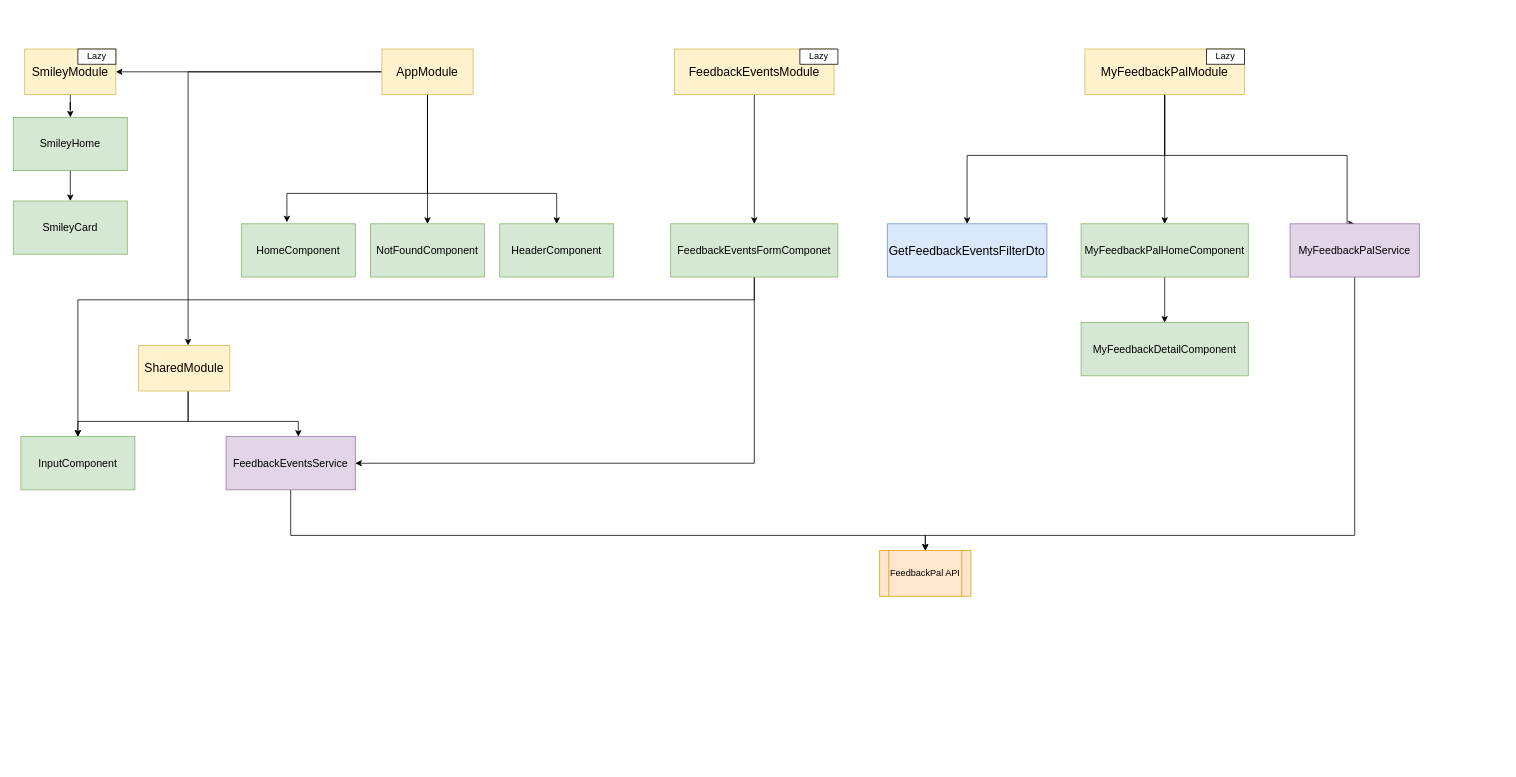
Earlier version of the draw.io diagram page "Architecture" (1 of 2) of diagrams/UI-diagram.drawio (techwings-io/feedbackpal-ui). Source tidied: cells renumbered, new cells numbered last; positions are measured from the earlier drawing's top-left corner, leaving out a move shared by most shapes. Both pictures are drawn from the tidied source at 76%, with x=0, y=0 at pixel (13, 49).
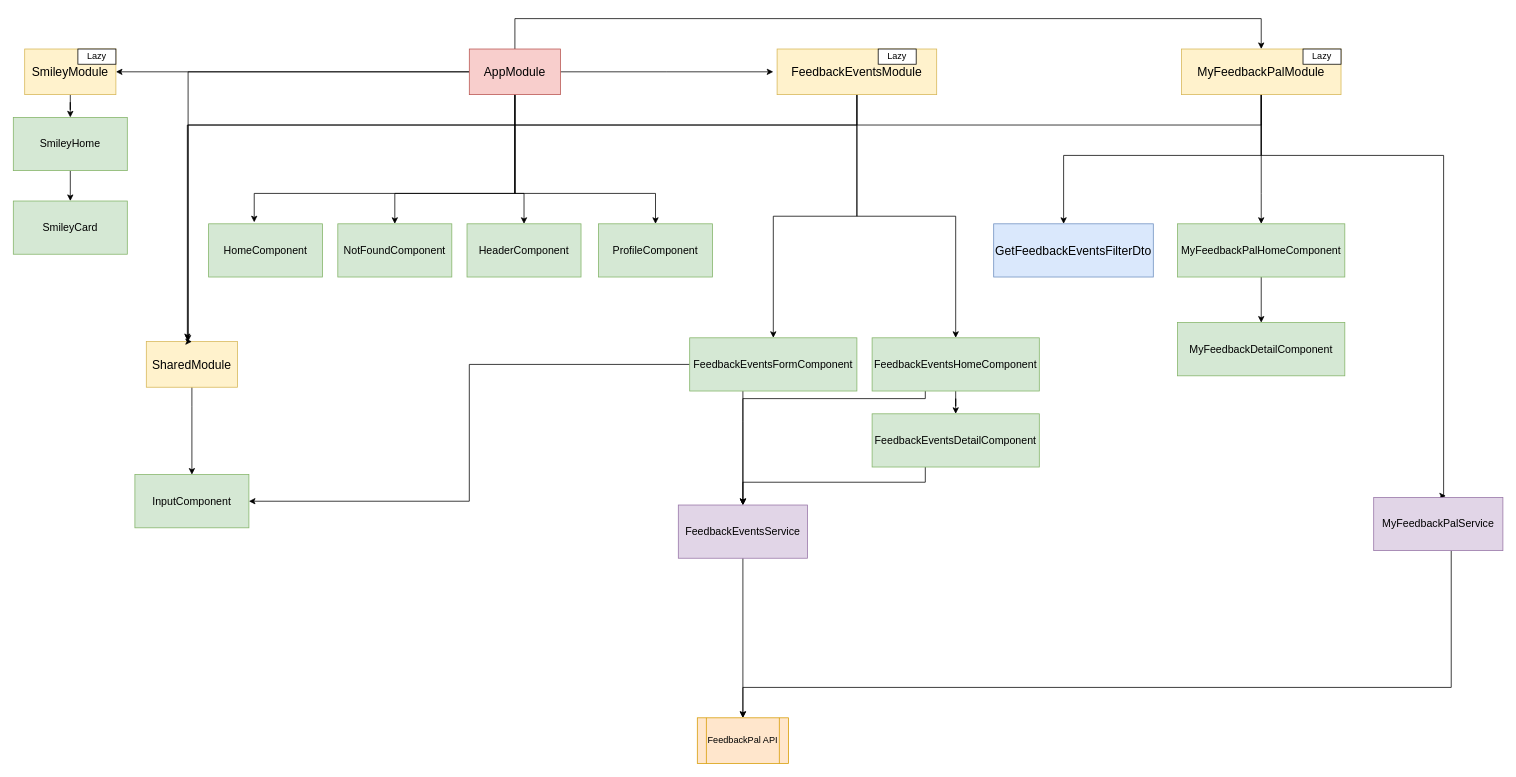
Above is the later version.

What changed in the source:
```diff
@@
     <mxCell id="4" style="edgeStyle=orthogonalEdgeStyle;rounded=0;jettySize=auto;html=1;entryX=0.4;entryY=-0.029;entryDx=0;entryDy=0;entryPerimeter=0;" parent="1" edge="1" source="7" target="10">
       <mxGeometry relative="1" as="geometry">
         <Array as="points">
-          <mxPoint x="545" y="190" />
-          <mxPoint x="360" y="190" />
+          <mxPoint x="660" y="190" />
+          <mxPoint x="317" y="190" />
         </Array>
       </mxGeometry>
     </mxCell>
     <mxCell id="5" style="edgeStyle=orthogonalEdgeStyle;rounded=0;jettySize=auto;html=1;" parent="1" edge="1" source="7" target="9">
       <mxGeometry relative="1" as="geometry">
         <Array as="points">
-          <mxPoint x="545" y="190" />
-          <mxPoint x="715" y="190" />
+          <mxPoint x="660" y="190" />
+          <mxPoint x="672" y="190" />
         </Array>
       </mxGeometry>
     </mxCell>
     <mxCell id="6" style="edgeStyle=orthogonalEdgeStyle;rounded=0;jettySize=auto;html=1;entryX=0.5;entryY=0;entryDx=0;entryDy=0;" parent="1" edge="1" source="7" target="11">
-      <mxGeometry relative="1" as="geometry" />
+      <mxGeometry relative="1" as="geometry">
+        <Array as="points">
+          <mxPoint x="660" y="190" />
+          <mxPoint x="502" y="190" />
+        </Array>
+      </mxGeometry>
     </mxCell>
+    <mxCell id="44" style="edgeStyle=orthogonalEdgeStyle;rounded=0;jettySize=auto;html=1;entryX=0.5;entryY=0;entryDx=0;entryDy=0;" parent="1" edge="1" source="7" target="50">
+      <mxGeometry relative="1" as="geometry">
+        <Array as="points">
+          <mxPoint x="660" y="190" />
+          <mxPoint x="845" y="190" />
+        </Array>
+      </mxGeometry>
+    </mxCell>
+    <mxCell id="45" style="edgeStyle=orthogonalEdgeStyle;rounded=0;jettySize=auto;html=1;" parent="1" edge="1" source="7">
+      <mxGeometry relative="1" as="geometry">
+        <mxPoint x="1000" y="30" as="targetPoint" />
+      </mxGeometry>
+    </mxCell>
+    <mxCell id="46" style="edgeStyle=orthogonalEdgeStyle;rounded=0;jettySize=auto;html=1;entryX=0.5;entryY=0;entryDx=0;entryDy=0;" parent="1" edge="1" source="7" target="35">
+      <mxGeometry relative="1" as="geometry">
+        <Array as="points">
+          <mxPoint x="660" y="-40" />
+          <mxPoint x="1642" y="-40" />
+        </Array>
+      </mxGeometry>
+    </mxCell>
-    <mxCell id="7" value="&lt;font size=&quot;3&quot;&gt;AppModule&lt;/font&gt;" style="rounded=0;whiteSpace=wrap;html=1;fillColor=#fff2cc;strokeColor=#d6b656;" parent="1" vertex="1">
-      <mxGeometry x="485" width="120" height="60" as="geometry" />
+    <mxCell id="7" value="&lt;font size=&quot;3&quot;&gt;AppModule&lt;/font&gt;" style="rounded=0;whiteSpace=wrap;html=1;fillColor=#f8cecc;strokeColor=#b85450;" parent="1" vertex="1">
+      <mxGeometry x="600" width="120" height="60" as="geometry" />
     </mxCell>
@@
     <mxCell id="9" value="&lt;font style=&quot;font-size: 14px&quot;&gt;HeaderComponent&lt;/font&gt;" style="rounded=0;whiteSpace=wrap;html=1;fillColor=#d5e8d4;strokeColor=#82b366;" parent="1" vertex="1">
-      <mxGeometry x="640" y="230" width="150" height="70" as="geometry" />
+      <mxGeometry x="597" y="230" width="150" height="70" as="geometry" />
     </mxCell>
     <mxCell id="10" value="&lt;font style=&quot;font-size: 14px&quot;&gt;HomeComponent&lt;br&gt;&lt;/font&gt;" style="rounded=0;whiteSpace=wrap;html=1;fillColor=#d5e8d4;strokeColor=#82b366;" parent="1" vertex="1">
-      <mxGeometry x="300" y="230" width="150" height="70" as="geometry" />
+      <mxGeometry x="257" y="230" width="150" height="70" as="geometry" />
     </mxCell>
     <mxCell id="11" value="&lt;font style=&quot;font-size: 14px&quot;&gt;NotFoundComponent&lt;br&gt;&lt;/font&gt;" style="rounded=0;whiteSpace=wrap;html=1;fillColor=#d5e8d4;strokeColor=#82b366;" parent="1" vertex="1">
-      <mxGeometry x="470" y="230" width="150" height="70" as="geometry" />
+      <mxGeometry x="427" y="230" width="150" height="70" as="geometry" />
     </mxCell>
@@
     <mxCell id="20" style="edgeStyle=orthogonalEdgeStyle;rounded=0;jettySize=auto;html=1;entryX=0.5;entryY=0;entryDx=0;entryDy=0;" parent="1" edge="1" source="22" target="23">
       <mxGeometry relative="1" as="geometry">
         <Array as="points">
-          <mxPoint x="230" y="490" />
+          <mxPoint x="235" y="470" />
+          <mxPoint x="235" y="470" />
         </Array>
       </mxGeometry>
     </mxCell>
-    <mxCell id="21" style="edgeStyle=orthogonalEdgeStyle;rounded=0;jettySize=auto;html=1;" parent="1" edge="1" source="22" target="25">
-      <mxGeometry relative="1" as="geometry">
-        <Array as="points">
-          <mxPoint x="230" y="490" />
-          <mxPoint x="375" y="490" />
-        </Array>
-      </mxGeometry>
-    </mxCell>
     <mxCell id="22" value="&lt;font size=&quot;3&quot;&gt;SharedModule&lt;/font&gt;" style="rounded=0;whiteSpace=wrap;html=1;fillColor=#fff2cc;strokeColor=#d6b656;" parent="1" vertex="1">
-      <mxGeometry x="165" y="390" width="120" height="60" as="geometry" />
+      <mxGeometry x="175" y="385" width="120" height="60" as="geometry" />
     </mxCell>
     <mxCell id="23" value="&lt;font style=&quot;font-size: 14px&quot;&gt;InputComponent&lt;br&gt;&lt;/font&gt;" style="rounded=0;whiteSpace=wrap;html=1;fillColor=#d5e8d4;strokeColor=#82b366;" parent="1" vertex="1">
-      <mxGeometry x="10" y="510" width="150" height="70" as="geometry" />
+      <mxGeometry x="160" y="560" width="150" height="70" as="geometry" />
     </mxCell>
-    <mxCell id="24" style="edgeStyle=orthogonalEdgeStyle;rounded=0;jettySize=auto;html=1;" parent="1" edge="1" source="25" target="26">
-      <mxGeometry relative="1" as="geometry">
-        <Array as="points">
-          <mxPoint x="365" y="640" />
-          <mxPoint x="1200" y="640" />
-        </Array>
-      </mxGeometry>
+    <mxCell id="24" style="edgeStyle=orthogonalEdgeStyle;rounded=0;jettySize=auto;html=1;entryX=0.5;entryY=0;entryDx=0;entryDy=0;" parent="1" edge="1" source="25" target="26">
+      <mxGeometry relative="1" as="geometry" />
     </mxCell>
     <mxCell id="25" value="&lt;font style=&quot;font-size: 14px&quot;&gt;FeedbackEventsService&lt;/font&gt;" style="rounded=0;whiteSpace=wrap;html=1;fillColor=#e1d5e7;strokeColor=#9673a6;" parent="1" vertex="1">
-      <mxGeometry x="280" y="510" width="170" height="70" as="geometry" />
+      <mxGeometry x="875" y="600" width="170" height="70" as="geometry" />
     </mxCell>
     <mxCell id="26" value="FeedbackPal API" style="shape=process;whiteSpace=wrap;html=1;backgroundOutline=1;fillColor=#ffe6cc;strokeColor=#d79b00;" parent="1" vertex="1">
-      <mxGeometry x="1140" y="660" width="120" height="60" as="geometry" />
+      <mxGeometry x="900" y="880" width="120" height="60" as="geometry" />
     </mxCell>
@@
+    <mxCell id="47" style="edgeStyle=orthogonalEdgeStyle;rounded=0;jettySize=auto;html=1;entryX=0.45;entryY=-0.033;entryDx=0;entryDy=0;entryPerimeter=0;" parent="1" edge="1" source="28" target="22">
+      <mxGeometry relative="1" as="geometry">
+        <Array as="points">
+          <mxPoint x="1110" y="100" />
+          <mxPoint x="229" y="100" />
+        </Array>
+      </mxGeometry>
+    </mxCell>
+    <mxCell id="48" style="edgeStyle=orthogonalEdgeStyle;rounded=0;jettySize=auto;html=1;entryX=0.5;entryY=0;entryDx=0;entryDy=0;" parent="1" edge="1" source="28" target="53">
+      <mxGeometry relative="1" as="geometry" />
+    </mxCell>
     <mxCell id="28" value="&lt;font size=&quot;3&quot;&gt;FeedbackEventsModule&lt;br&gt;&lt;/font&gt;" style="rounded=0;whiteSpace=wrap;html=1;fillColor=#fff2cc;strokeColor=#d6b656;" parent="1" vertex="1">
-      <mxGeometry x="870" width="210" height="60" as="geometry" />
+      <mxGeometry x="1005" width="210" height="60" as="geometry" />
     </mxCell>
-    <mxCell id="29" style="edgeStyle=orthogonalEdgeStyle;rounded=0;jettySize=auto;html=1;entryX=1;entryY=0.5;entryDx=0;entryDy=0;" parent="1" edge="1" source="31" target="25">
+    <mxCell id="29" style="edgeStyle=orthogonalEdgeStyle;rounded=0;jettySize=auto;html=1;entryX=0.5;entryY=0;entryDx=0;entryDy=0;" parent="1" edge="1" source="31" target="25">
       <mxGeometry relative="1" as="geometry">
         <Array as="points">
-          <mxPoint x="975" y="545" />
+          <mxPoint x="960" y="490" />
+          <mxPoint x="960" y="490" />
         </Array>
       </mxGeometry>
     </mxCell>
-    <mxCell id="30" style="edgeStyle=orthogonalEdgeStyle;rounded=0;jettySize=auto;html=1;" parent="1" edge="1" source="31" target="23">
-      <mxGeometry relative="1" as="geometry">
-        <Array as="points">
-          <mxPoint x="975" y="330" />
-          <mxPoint x="85" y="330" />
-        </Array>
-      </mxGeometry>
+    <mxCell id="30" style="edgeStyle=orthogonalEdgeStyle;rounded=0;jettySize=auto;html=1;entryX=1;entryY=0.5;entryDx=0;entryDy=0;" parent="1" edge="1" source="31" target="23">
+      <mxGeometry relative="1" as="geometry" />
     </mxCell>
-    <mxCell id="31" value="&lt;font style=&quot;font-size: 14px&quot;&gt;FeedbackEventsFormComponet&lt;/font&gt;" style="rounded=0;whiteSpace=wrap;html=1;fillColor=#d5e8d4;strokeColor=#82b366;" parent="1" vertex="1">
-      <mxGeometry x="865" y="230" width="220" height="70" as="geometry" />
+    <mxCell id="31" value="&lt;font style=&quot;font-size: 14px&quot;&gt;FeedbackEventsFormComponent&lt;/font&gt;" style="rounded=0;whiteSpace=wrap;html=1;fillColor=#d5e8d4;strokeColor=#82b366;" parent="1" vertex="1">
+      <mxGeometry x="890" y="380" width="220" height="70" as="geometry" />
     </mxCell>
     <mxCell id="32" style="edgeStyle=orthogonalEdgeStyle;rounded=0;jettySize=auto;html=1;" parent="1" edge="1" source="35" target="36">
       <mxGeometry relative="1" as="geometry">
         <Array as="points">
-          <mxPoint x="1515" y="140" />
-          <mxPoint x="1255" y="140" />
+          <mxPoint x="1642" y="140" />
+          <mxPoint x="1382" y="140" />
         </Array>
       </mxGeometry>
     </mxCell>
     <mxCell id="33" style="edgeStyle=orthogonalEdgeStyle;rounded=0;jettySize=auto;html=1;" parent="1" edge="1" source="35" target="38">
       <mxGeometry relative="1" as="geometry">
         <Array as="points">
-          <mxPoint x="1515" y="190" />
-          <mxPoint x="1515" y="190" />
+          <mxPoint x="1642" y="190" />
+          <mxPoint x="1642" y="190" />
         </Array>
       </mxGeometry>
     </mxCell>
-    <mxCell id="34" style="edgeStyle=orthogonalEdgeStyle;rounded=0;jettySize=auto;html=1;entryX=0.5;entryY=0;entryDx=0;entryDy=0;" parent="1" edge="1" source="35" target="41">
+    <mxCell id="34" style="edgeStyle=orthogonalEdgeStyle;rounded=0;jettySize=auto;html=1;entryX=0.559;entryY=-0.029;entryDx=0;entryDy=0;entryPerimeter=0;" parent="1" edge="1" source="35" target="41">
       <mxGeometry relative="1" as="geometry">
         <Array as="points">
-          <mxPoint x="1515" y="140" />
-          <mxPoint x="1755" y="140" />
+          <mxPoint x="1642" y="140" />
+          <mxPoint x="1882" y="140" />
+          <mxPoint x="1882" y="588" />
         </Array>
       </mxGeometry>
     </mxCell>
+    <mxCell id="49" style="edgeStyle=orthogonalEdgeStyle;rounded=0;jettySize=auto;html=1;entryX=0.5;entryY=0;entryDx=0;entryDy=0;" parent="1" edge="1" source="35" target="22">
+      <mxGeometry relative="1" as="geometry">
+        <Array as="points">
+          <mxPoint x="1642" y="100" />
+          <mxPoint x="230" y="100" />
+          <mxPoint x="230" y="385" />
+        </Array>
+      </mxGeometry>
+    </mxCell>
     <mxCell id="35" value="&lt;font size=&quot;3&quot;&gt;MyFeedbackPalModule&lt;br&gt;&lt;/font&gt;" style="rounded=0;whiteSpace=wrap;html=1;fillColor=#fff2cc;strokeColor=#d6b656;" parent="1" vertex="1">
-      <mxGeometry x="1410" width="210" height="60" as="geometry" />
+      <mxGeometry x="1537" width="210" height="60" as="geometry" />
     </mxCell>
     <mxCell id="36" value="&lt;font size=&quot;3&quot;&gt;GetFeedbackEventsFilterDto&lt;br&gt;&lt;/font&gt;" style="rounded=0;whiteSpace=wrap;html=1;fillColor=#dae8fc;strokeColor=#6c8ebf;" parent="1" vertex="1">
-      <mxGeometry x="1150" y="230" width="210" height="70" as="geometry" />
+      <mxGeometry x="1290" y="230" width="210" height="70" as="geometry" />
     </mxCell>
@@
     <mxCell id="38" value="&lt;font style=&quot;font-size: 14px&quot;&gt;MyFeedbackPalHomeComponent&lt;/font&gt;" style="rounded=0;whiteSpace=wrap;html=1;fillColor=#d5e8d4;strokeColor=#82b366;" parent="1" vertex="1">
-      <mxGeometry x="1405" y="230" width="220" height="70" as="geometry" />
+      <mxGeometry x="1532" y="230" width="220" height="70" as="geometry" />
     </mxCell>
     <mxCell id="39" value="&lt;font style=&quot;font-size: 14px&quot;&gt;MyFeedbackDetailComponent&lt;/font&gt;" style="rounded=0;whiteSpace=wrap;html=1;fillColor=#d5e8d4;strokeColor=#82b366;" parent="1" vertex="1">
-      <mxGeometry x="1405" y="360" width="220" height="70" as="geometry" />
+      <mxGeometry x="1532" y="360" width="220" height="70" as="geometry" />
     </mxCell>
     <mxCell id="40" style="edgeStyle=orthogonalEdgeStyle;rounded=0;jettySize=auto;html=1;entryX=0.5;entryY=0;entryDx=0;entryDy=0;" parent="1" edge="1" source="41" target="26">
       <mxGeometry relative="1" as="geometry">
         <Array as="points">
-          <mxPoint x="1765" y="640" />
-          <mxPoint x="1200" y="640" />
+          <mxPoint x="1892" y="840" />
+          <mxPoint x="960" y="840" />
         </Array>
       </mxGeometry>
     </mxCell>
     <mxCell id="41" value="&lt;font style=&quot;font-size: 14px&quot;&gt;MyFeedbackPalService&lt;/font&gt;" style="rounded=0;whiteSpace=wrap;html=1;fillColor=#e1d5e7;strokeColor=#9673a6;" parent="1" vertex="1">
-      <mxGeometry x="1680" y="230" width="170" height="70" as="geometry" />
+      <mxGeometry x="1790" y="590" width="170" height="70" as="geometry" />
     </mxCell>
     <mxCell id="42" value="Lazy" style="rounded=0;whiteSpace=wrap;html=1;" parent="1" vertex="1">
-      <mxGeometry x="1570" width="50" height="20" as="geometry" />
+      <mxGeometry x="1697" width="50" height="20" as="geometry" />
     </mxCell>
     <mxCell id="43" value="Lazy" style="rounded=0;whiteSpace=wrap;html=1;" parent="1" vertex="1">
-      <mxGeometry x="1035" width="50" height="20" as="geometry" />
+      <mxGeometry x="1138" width="50" height="20" as="geometry" />
     </mxCell>
+    <mxCell id="50" value="&lt;font style=&quot;font-size: 14px&quot;&gt;ProfileComponent&lt;/font&gt;" style="rounded=0;whiteSpace=wrap;html=1;fillColor=#d5e8d4;strokeColor=#82b366;" parent="1" vertex="1">
+      <mxGeometry x="770" y="230" width="150" height="70" as="geometry" />
+    </mxCell>
+    <mxCell id="51" style="edgeStyle=orthogonalEdgeStyle;rounded=0;jettySize=auto;html=1;entryX=0.5;entryY=0;entryDx=0;entryDy=0;" parent="1" edge="1" source="53" target="55">
+      <mxGeometry relative="1" as="geometry" />
+    </mxCell>
+    <mxCell id="52" style="edgeStyle=orthogonalEdgeStyle;rounded=0;jettySize=auto;html=1;entryX=0.5;entryY=0;entryDx=0;entryDy=0;" parent="1" edge="1" source="53" target="25">
+      <mxGeometry relative="1" as="geometry">
+        <Array as="points">
+          <mxPoint x="1200" y="460" />
+          <mxPoint x="960" y="460" />
+        </Array>
+      </mxGeometry>
+    </mxCell>
+    <mxCell id="53" value="&lt;font style=&quot;font-size: 14px&quot;&gt;FeedbackEventsHomeComponent&lt;/font&gt;" style="rounded=0;whiteSpace=wrap;html=1;fillColor=#d5e8d4;strokeColor=#82b366;" parent="1" vertex="1">
+      <mxGeometry x="1130" y="380" width="220" height="70" as="geometry" />
+    </mxCell>
+    <mxCell id="54" style="edgeStyle=orthogonalEdgeStyle;rounded=0;jettySize=auto;html=1;entryX=0.5;entryY=0;entryDx=0;entryDy=0;" parent="1" edge="1" source="55" target="25">
+      <mxGeometry relative="1" as="geometry">
+        <Array as="points">
+          <mxPoint x="1200" y="570" />
+          <mxPoint x="960" y="570" />
+        </Array>
+      </mxGeometry>
+    </mxCell>
+    <mxCell id="55" value="&lt;font style=&quot;font-size: 14px&quot;&gt;FeedbackEventsDetailComponent&lt;/font&gt;" style="rounded=0;whiteSpace=wrap;html=1;fillColor=#d5e8d4;strokeColor=#82b366;" parent="1" vertex="1">
+      <mxGeometry x="1130" y="480" width="220" height="70" as="geometry" />
+    </mxCell>
```
